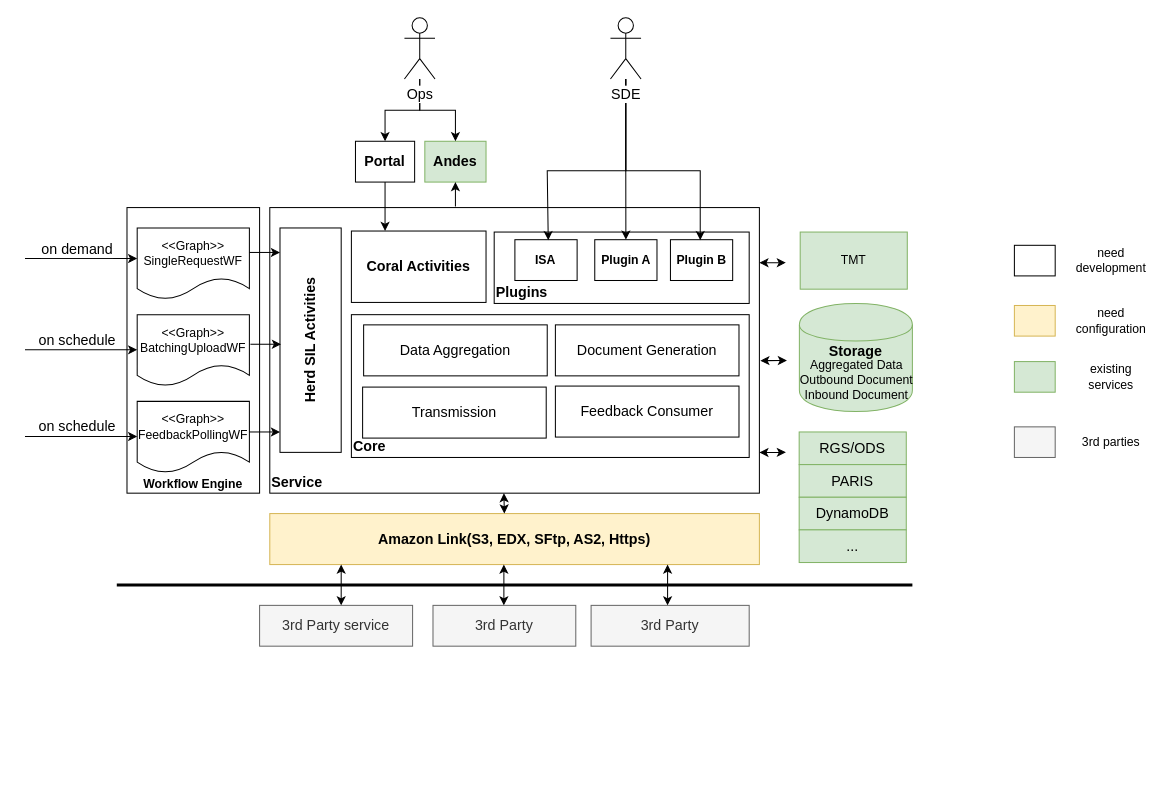
This is page "Page-6" (6 of 6) of Untitled Diagram.drawio from dongposhi/Mimicat, a draw.io file, before an edit. Source tidied: cells renumbered, new cells numbered last; positions are measured from the earlier drawing's top-left corner, leaving out a move shared by most shapes. Both pictures are drawn from the tidied source at 102%, with x=0, y=0 at pixel (24, 17).
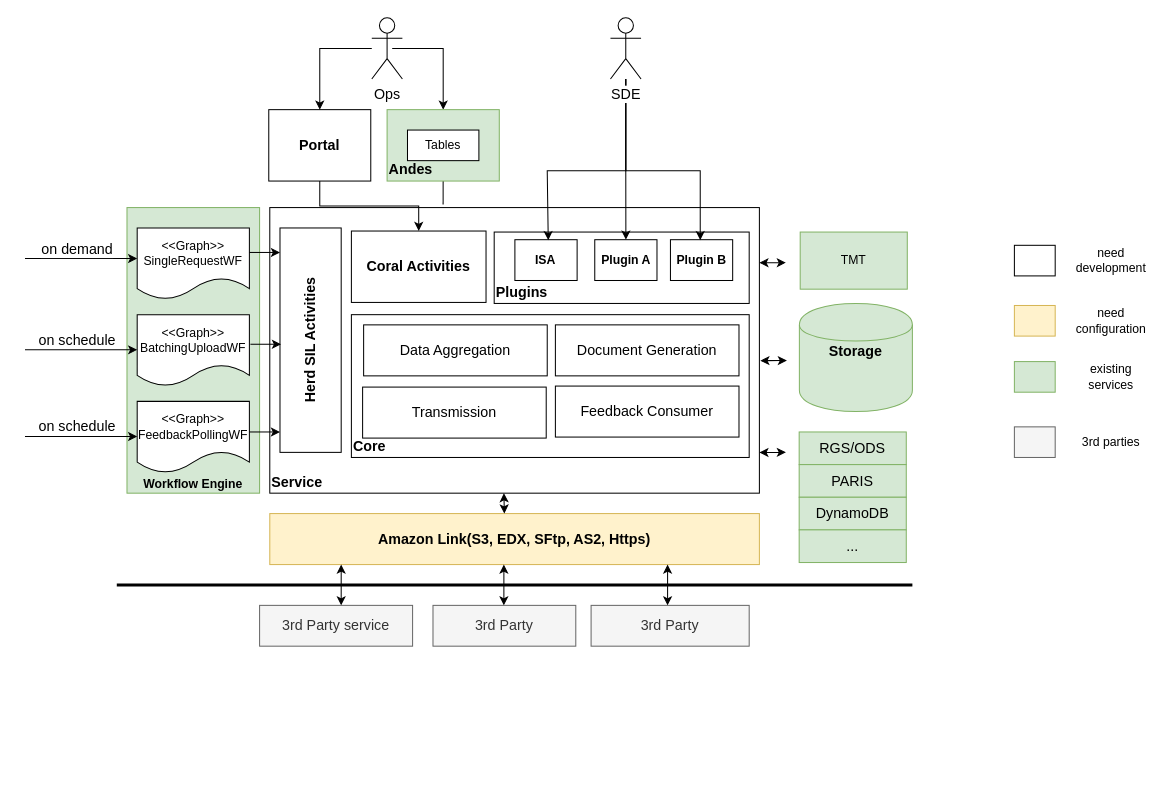
Above is the later version.

The change refers to these unchanged cells:
```xml
<mxCell id="2" value="Service" style="rounded=0;whiteSpace=wrap;html=1;fontSize=14;align=left;verticalAlign=bottom;fontStyle=1;" parent="1" vertex="1">
  <mxGeometry x="240" y="186" width="480" height="280" as="geometry" />
</mxCell>
<mxCell id="11" value="Coral Activities" style="rounded=0;whiteSpace=wrap;html=1;fontSize=14;align=center;fontStyle=1;direction=east;flipH=1;flipV=1;horizontal=1;" parent="1" vertex="1">
  <mxGeometry x="320" y="209" width="132" height="70" as="geometry" />
</mxCell>
<mxCell id="17" style="group;" parent="1" vertex="1">
  <mxGeometry x="750" y="280" width="120" height="106" as="geometry" />
</mxCell>
```

Diff of the diagram source:
```diff
@@
-    <mxCell id="3" value="Workflow Engine" style="whiteSpace=wrap;html=1;verticalAlign=bottom;fontStyle=1;" parent="1" vertex="1">
+    <mxCell id="3" value="Workflow Engine" style="whiteSpace=wrap;html=1;verticalAlign=bottom;fontStyle=1;fillColor=#d5e8d4;strokeColor=#82b366;" parent="1" vertex="1">
       <mxGeometry x="100" y="186" width="130" height="280" as="geometry" />
     </mxCell>
@@
-    <mxCell id="19" value="Aggregated Data&lt;br&gt;Outbound Document&lt;br&gt;Inbound Document" style="text;html=1;align=center;verticalAlign=middle;points=[];fillColor=none;strokeColor=none;rounded=0;" parent="17" vertex="1">
-      <mxGeometry y="49.8" width="130" height="50" as="geometry" />
-    </mxCell>
-    <mxCell id="20" style="edgeStyle=orthogonalEdgeStyle;rounded=0;jettySize=auto;html=1;entryX=0.25;entryY=0;entryDx=0;entryDy=0;" parent="1" edge="1" source="21" target="11">
+    <mxCell id="20" style="edgeStyle=orthogonalEdgeStyle;rounded=0;jettySize=auto;html=1;" parent="1" edge="1" source="21" target="11">
       <mxGeometry relative="1" as="geometry" />
     </mxCell>
     <mxCell id="21" value="Portal" style="rounded=0;whiteSpace=wrap;html=1;fontSize=14;align=center;fontStyle=1;direction=east;flipH=1;flipV=1;horizontal=1;" parent="1" vertex="1">
-      <mxGeometry x="324" y="121" width="58" height="40" as="geometry" />
+      <mxGeometry x="239" y="90" width="100" height="70" as="geometry" />
     </mxCell>
-    <mxCell id="22" value="Andes" style="rounded=0;whiteSpace=wrap;html=1;fontSize=14;align=center;fontStyle=1;direction=east;flipH=1;flipV=1;horizontal=1;fillColor=#d5e8d4;strokeColor=#82b366;" parent="1" vertex="1">
-      <mxGeometry x="392" y="121" width="60" height="40" as="geometry" />
-    </mxCell>
@@
-    <mxCell id="44" style="edgeStyle=orthogonalEdgeStyle;rounded=0;jettySize=auto;html=1;entryX=0.5;entryY=0;entryDx=0;entryDy=0;endArrow=classic;endFill=1;fontSize=14;" parent="1" edge="1" source="45" target="22">
-      <mxGeometry relative="1" as="geometry" />
-    </mxCell>
+    <mxCell id="69" style="edgeStyle=orthogonalEdgeStyle;rounded=0;jettySize=auto;html=1;entryX=0.5;entryY=0;entryDx=0;entryDy=0;" parent="1" edge="1" target="22">
+      <mxGeometry relative="1" as="geometry">
+        <mxPoint x="360" y="30" as="sourcePoint" />
+        <Array as="points">
+          <mxPoint x="410" y="30" />
+        </Array>
+      </mxGeometry>
+    </mxCell>
     <mxCell id="45" value="Ops" style="shape=umlActor;verticalLabelPosition=bottom;labelBackgroundColor=#ffffff;verticalAlign=top;html=1;outlineConnect=0;fontSize=14;" parent="1" vertex="1">
-      <mxGeometry x="372" width="30" height="60" as="geometry" />
+      <mxGeometry x="340" width="30" height="60" as="geometry" />
     </mxCell>
@@
-    <mxCell id="54" style="endArrow=classic;startArrow=classic;html=1;strokeWidth=1;fontSize=14;exitX=1.002;exitY=0.536;exitDx=0;exitDy=0;exitPerimeter=0;entryX=-0.023;entryY=0.123;entryDx=0;entryDy=0;entryPerimeter=0;" parent="1" edge="1" source="2" target="19">
-      <mxGeometry relative="1" as="geometry" />
+    <mxCell id="54" style="endArrow=classic;startArrow=classic;html=1;strokeWidth=1;fontSize=14;exitX=1.002;exitY=0.536;exitDx=0;exitDy=0;exitPerimeter=0;entryX=-0.023;entryY=0.123;entryDx=0;entryDy=0;entryPerimeter=0;" parent="1" edge="1" source="2">
+      <mxGeometry relative="1" as="geometry">
+        <mxPoint x="747" y="336" as="targetPoint" />
+      </mxGeometry>
     </mxCell>
@@
-    <mxCell id="60" style="endArrow=classic;html=1;entryX=0.5;entryY=1;entryDx=0;entryDy=0;" parent="1" edge="1" target="22">
-      <mxGeometry relative="1" as="geometry">
-        <mxPoint x="422" y="185" as="sourcePoint" />
-      </mxGeometry>
+    <mxCell id="60" style="endArrow=classic;html=1;entryX=0.5;entryY=1;entryDx=0;entryDy=0;exitX=0.354;exitY=-0.011;exitDx=0;exitDy=0;exitPerimeter=0;" parent="1" edge="1" source="2" target="71">
+      <mxGeometry relative="1" as="geometry" />
     </mxCell>
@@
+    <mxCell id="70" style="group;" parent="1" vertex="1">
+      <mxGeometry x="355" y="90" width="110" height="70" as="geometry" />
+    </mxCell>
+    <mxCell id="22" value="Andes" style="rounded=0;whiteSpace=wrap;html=1;fontSize=14;align=left;fontStyle=1;direction=east;flipH=1;flipV=1;horizontal=1;fillColor=#d5e8d4;strokeColor=#82b366;verticalAlign=bottom;" parent="70" vertex="1">
+      <mxGeometry width="110" height="70" as="geometry" />
+    </mxCell>
+    <mxCell id="71" value="Tables" style="rounded=0;whiteSpace=wrap;html=1;align=center;" parent="70" vertex="1">
+      <mxGeometry x="20" y="20" width="70" height="30" as="geometry" />
+    </mxCell>
```
